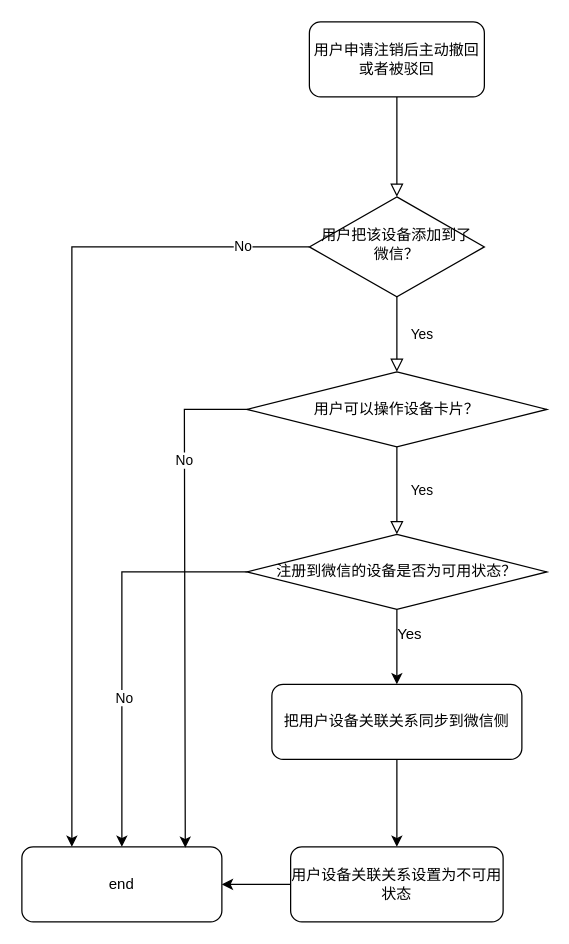
lizhenghui337/draw keeps this draw.io diagram as page "Page-2" (2 of 2) of Untitled Diagram.drawio. Above is the earlier version. Source tidied: cells renumbered, new cells numbered last; positions are measured from the earlier drawing's top-left corner, leaving out a move shared by most shapes. Both pictures are drawn from the tidied source at 125%, with x=0, y=0 at pixel (21, 21).
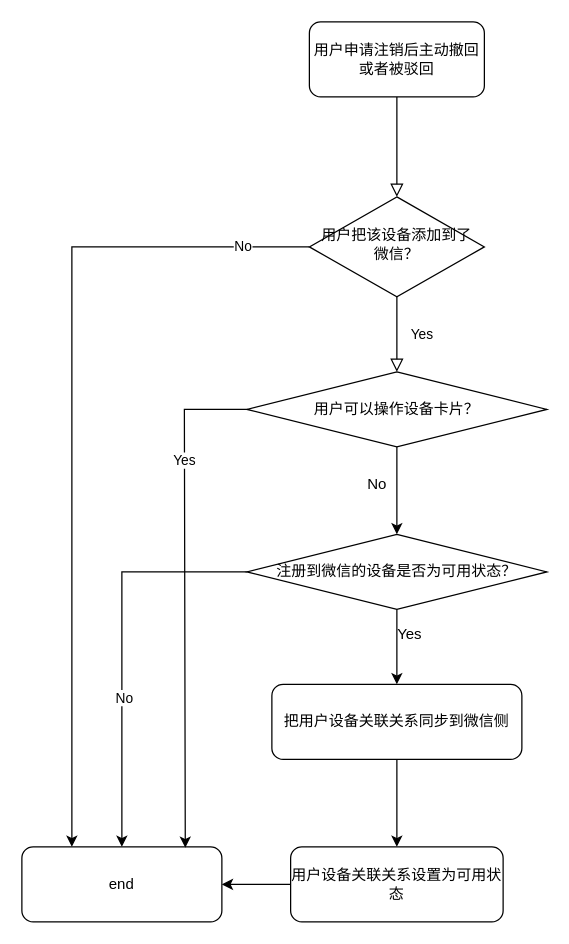
The same page after the edit.

The change refers to these unchanged cells:
```xml
<mxCell id="7" value="注册到微信的设备是否&lt;span&gt;为可用状态？&lt;/span&gt;" style="rhombus;whiteSpace=wrap;html=1;" parent="1" vertex="1">
  <mxGeometry x="180" y="410" width="240" height="60" as="geometry" />
</mxCell>
<mxCell id="12" value="用户可以操作设备卡片？" style="rhombus;whiteSpace=wrap;html=1;" parent="1" vertex="1">
  <mxGeometry x="180" y="280" width="240" height="60" as="geometry" />
</mxCell>
<mxCell id="15" style="endArrow=classic;html=1;rounded=0;exitX=0;exitY=0.5;exitDx=0;exitDy=0;entryX=0.817;entryY=0.011;entryDx=0;entryDy=0;entryPerimeter=0;" parent="1" edge="1" source="12" target="9">
  <mxGeometry relative="1" as="geometry">
    <Array as="points">
      <mxPoint x="130" y="310" />
    </Array>
  </mxGeometry>
</mxCell>
```

The edit, as a diff of the source:
```diff
@@
-    <mxCell id="10" value="&lt;span&gt;用户设备关联关系设置为不可用状态&lt;/span&gt;" style="rounded=1;whiteSpace=wrap;html=1;" parent="1" vertex="1">
+    <mxCell id="10" value="&lt;span&gt;用户设备关联关系设置为可用状态&lt;/span&gt;" style="rounded=1;whiteSpace=wrap;html=1;" parent="1" vertex="1">
       <mxGeometry x="215" y="660" width="170" height="60" as="geometry" />
     </mxCell>
@@
-    <mxCell id="13" value="Yes" style="rounded=0;html=1;jettySize=auto;fontSize=11;endArrow=block;endFill=0;endSize=8;strokeWidth=1;shadow=0;labelBackgroundColor=none;edgeStyle=orthogonalEdgeStyle;exitX=0.5;exitY=1;exitDx=0;exitDy=0;entryX=0.5;entryY=0;entryDx=0;entryDy=0;" parent="1" edge="1" source="12" target="7">
-      <mxGeometry y="20" relative="1" as="geometry">
-        <Array as="points">
-          <mxPoint x="300" y="360" />
-          <mxPoint x="300" y="360" />
-        </Array>
-      </mxGeometry>
-    </mxCell>
@@
-    <mxCell id="16" value="No" style="edgeLabel;html=1;align=center;verticalAlign=middle;" parent="15" vertex="1">
+    <mxCell id="16" value="Yes" style="edgeLabel;html=1;align=center;verticalAlign=middle;" parent="15" vertex="1">
       <mxGeometry x="-0.55" y="-1" relative="1" as="geometry" />
     </mxCell>
@@
+    <mxCell id="22" value="No" style="text;html=1;align=center;verticalAlign=middle;strokeColor=none;fillColor=none;" parent="1" vertex="1">
+      <mxGeometry x="269" y="360" width="30" height="20" as="geometry" />
+    </mxCell>
+    <mxCell id="13" style="endArrow=classic;html=1;rounded=0;exitX=0.5;exitY=1;exitDx=0;exitDy=0;entryX=0.5;entryY=0;entryDx=0;entryDy=0;" parent="1" edge="1" source="12" target="7">
+      <mxGeometry relative="1" as="geometry" />
+    </mxCell>
```
